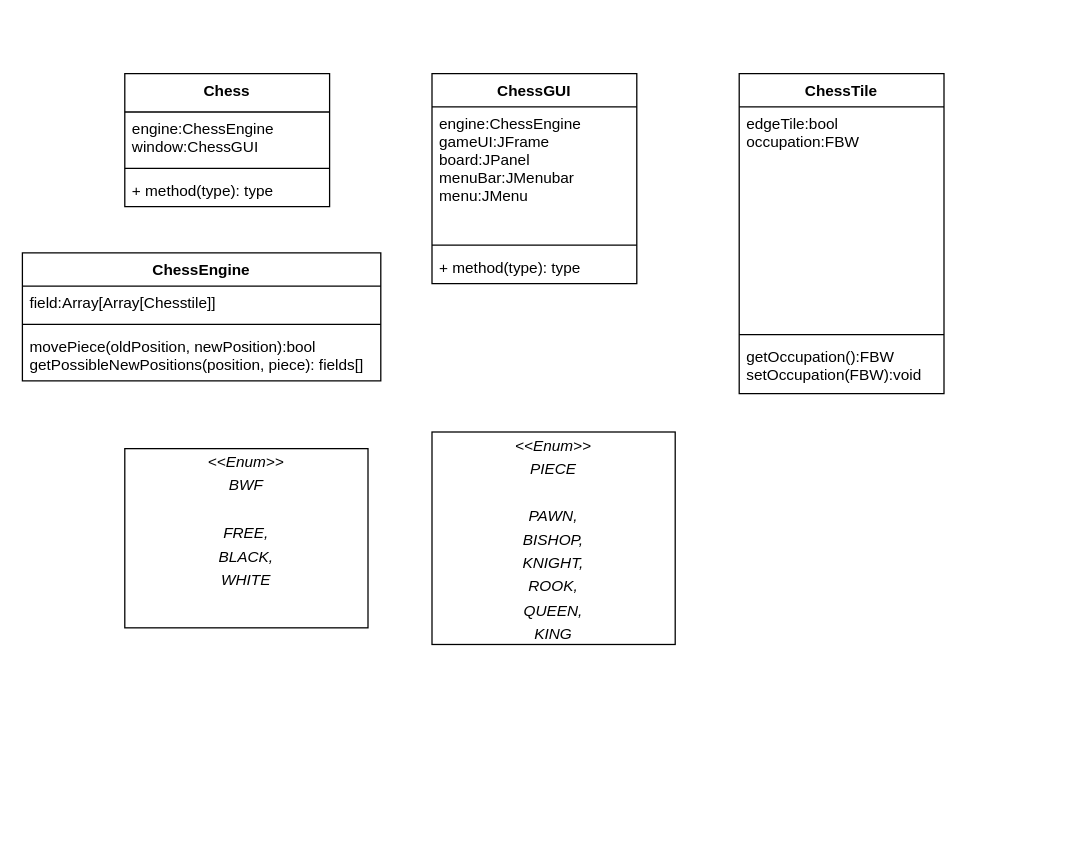
Before: Aufgaben/Chessadds/UML Chess.drawio in dertheodor/epic_chess, a draw.io diagram. Source tidied: cells renumbered, new cells numbered last; positions are measured from the earlier drawing's top-left corner, leaving out a move shared by most shapes. Both pictures are drawn from the tidied source at 128%, with x=0, y=0 at pixel (22, 73).
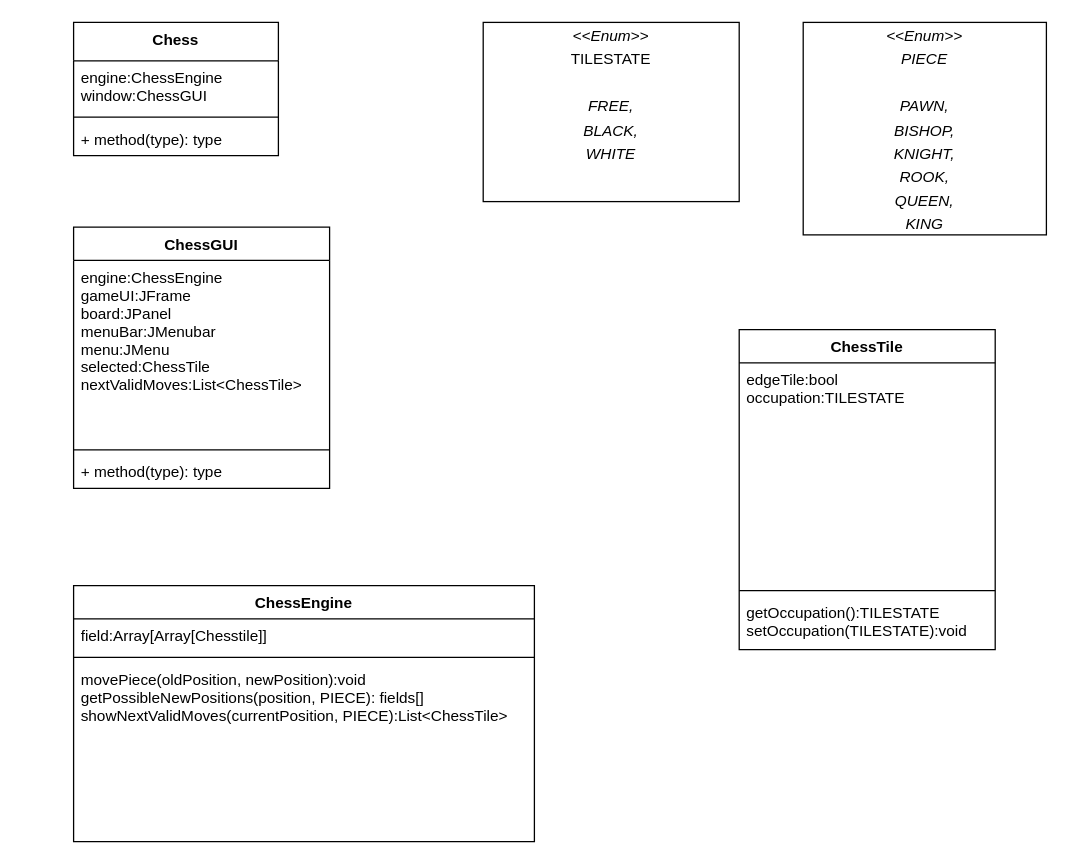
After the change.

Commit message:
[UML] - update diagram

The edit, as a diff of the source:
```diff
@@
 <mxGraphModel>
   <root>
     <mxCell id="0" />
     <mxCell id="1" parent="0" />
     <mxCell id="2" value="Chess" style="swimlane;fontStyle=1;align=center;verticalAlign=top;horizontal=1;startSize=30;" parent="1" vertex="1">
-      <mxGeometry x="80" width="160" height="104" as="geometry" />
+      <mxGeometry x="40" y="-40" width="160" height="104" as="geometry" />
     </mxCell>
     <mxCell id="3" value="engine:ChessEngine&#10;window:ChessGUI" style="text;strokeColor=none;fillColor=none;align=left;verticalAlign=top;spacingLeft=4;spacingRight=4;overflow=hidden;" parent="2" vertex="1">
       <mxGeometry y="30" width="160" height="40" as="geometry" />
     </mxCell>
     <mxCell id="4" style="line;strokeWidth=1;fillColor=none;align=left;verticalAlign=middle;spacingTop=-1;spacingLeft=3;spacingRight=3;labelPosition=right;" parent="2" vertex="1">
       <mxGeometry y="70" width="160" height="8" as="geometry" />
     </mxCell>
     <mxCell id="5" value="+ method(type): type" style="text;strokeColor=none;fillColor=none;align=left;verticalAlign=top;spacingLeft=4;spacingRight=4;overflow=hidden;" parent="2" vertex="1">
       <mxGeometry y="78" width="160" height="26" as="geometry" />
     </mxCell>
     <mxCell id="6" value="ChessEngine" style="swimlane;fontStyle=1;align=center;verticalAlign=top;horizontal=1;startSize=26;" parent="1" vertex="1">
-      <mxGeometry y="140" width="280" height="100" as="geometry" />
+      <mxGeometry x="40" y="400" width="360" height="200" as="geometry" />
     </mxCell>
     <mxCell id="7" value="field:Array[Array[Chesstile]]" style="text;strokeColor=none;fillColor=none;align=left;verticalAlign=top;spacingLeft=4;spacingRight=4;overflow=hidden;" parent="6" vertex="1">
-      <mxGeometry y="26" width="280" height="26" as="geometry" />
+      <mxGeometry y="26" width="360" height="26" as="geometry" />
     </mxCell>
     <mxCell id="8" style="line;strokeWidth=1;fillColor=none;align=left;verticalAlign=middle;spacingTop=-1;spacingLeft=3;spacingRight=3;labelPosition=right;" parent="6" vertex="1">
-      <mxGeometry y="52" width="280" height="8" as="geometry" />
+      <mxGeometry y="52" width="360" height="8" as="geometry" />
     </mxCell>
-    <mxCell id="9" value="movePiece(oldPosition, newPosition):bool&#10;getPossibleNewPositions(position, piece): fields[]" style="text;strokeColor=none;fillColor=none;align=left;verticalAlign=top;spacingLeft=4;spacingRight=4;overflow=hidden;" parent="6" vertex="1">
-      <mxGeometry y="60" width="280" height="40" as="geometry" />
+    <mxCell id="9" value="movePiece(oldPosition, newPosition):void&#10;getPossibleNewPositions(position, PIECE): fields[]&#10;showNextValidMoves(currentPosition, PIECE):List&lt;ChessTile&gt;&#10;" style="text;strokeColor=none;fillColor=none;align=left;verticalAlign=top;spacingLeft=4;spacingRight=4;overflow=hidden;" parent="6" vertex="1">
+      <mxGeometry y="60" width="360" height="140" as="geometry" />
     </mxCell>
     <mxCell id="10" value="ChessGUI" style="swimlane;fontStyle=1;align=center;verticalAlign=top;horizontal=1;startSize=26;" parent="1" vertex="1">
-      <mxGeometry x="320" width="160" height="164" as="geometry" />
+      <mxGeometry x="40" y="120" width="200" height="204" as="geometry" />
     </mxCell>
-    <mxCell id="11" value="engine:ChessEngine&#10;gameUI:JFrame&#10;board:JPanel&#10;menuBar:JMenubar&#10;menu:JMenu&#10;" style="text;strokeColor=none;fillColor=none;align=left;verticalAlign=top;spacingLeft=4;spacingRight=4;overflow=hidden;" parent="10" vertex="1">
-      <mxGeometry y="26" width="160" height="104" as="geometry" />
+    <mxCell id="11" value="engine:ChessEngine&#10;gameUI:JFrame&#10;board:JPanel&#10;menuBar:JMenubar&#10;menu:JMenu&#10;selected:ChessTile&#10;nextValidMoves:List&lt;ChessTile&gt;&#10;&#10;&#10;" style="text;strokeColor=none;fillColor=none;align=left;verticalAlign=top;spacingLeft=4;spacingRight=4;overflow=hidden;" parent="10" vertex="1">
+      <mxGeometry y="26" width="200" height="144" as="geometry" />
     </mxCell>
     <mxCell id="12" style="line;strokeWidth=1;fillColor=none;align=left;verticalAlign=middle;spacingTop=-1;spacingLeft=3;spacingRight=3;labelPosition=right;" parent="10" vertex="1">
-      <mxGeometry y="130" width="160" height="8" as="geometry" />
+      <mxGeometry y="170" width="200" height="8" as="geometry" />
     </mxCell>
     <mxCell id="13" value="+ method(type): type" style="text;strokeColor=none;fillColor=none;align=left;verticalAlign=top;spacingLeft=4;spacingRight=4;overflow=hidden;" parent="10" vertex="1">
-      <mxGeometry y="138" width="160" height="26" as="geometry" />
+      <mxGeometry y="178" width="200" height="26" as="geometry" />
     </mxCell>
     <mxCell id="14" value="ChessTile" style="swimlane;fontStyle=1;align=center;verticalAlign=top;horizontal=1;startSize=26;" parent="1" vertex="1">
-      <mxGeometry x="560" width="160" height="250" as="geometry" />
+      <mxGeometry x="560" y="200" width="200" height="250" as="geometry" />
     </mxCell>
-    <mxCell id="15" value="edgeTile:bool&#10;occupation:FBW" style="text;strokeColor=none;fillColor=none;align=left;verticalAlign=top;spacingLeft=4;spacingRight=4;overflow=hidden;" parent="14" vertex="1">
-      <mxGeometry y="26" width="160" height="174" as="geometry" />
+    <mxCell id="15" value="edgeTile:bool&#10;occupation:TILESTATE" style="text;strokeColor=none;fillColor=none;align=left;verticalAlign=top;spacingLeft=4;spacingRight=4;overflow=hidden;" parent="14" vertex="1">
+      <mxGeometry y="26" width="200" height="174" as="geometry" />
     </mxCell>
     <mxCell id="16" style="line;strokeWidth=1;fillColor=none;align=left;verticalAlign=middle;spacingTop=-1;spacingLeft=3;spacingRight=3;labelPosition=right;" parent="14" vertex="1">
-      <mxGeometry y="200" width="160" height="8" as="geometry" />
+      <mxGeometry y="200" width="200" height="8" as="geometry" />
     </mxCell>
-    <mxCell id="17" value="getOccupation():FBW&#10;setOccupation(FBW):void" style="text;strokeColor=none;fillColor=none;align=left;verticalAlign=top;spacingLeft=4;spacingRight=4;overflow=hidden;" parent="14" vertex="1">
-      <mxGeometry y="208" width="160" height="42" as="geometry" />
+    <mxCell id="17" value="getOccupation():TILESTATE&#10;setOccupation(TILESTATE):void" style="text;strokeColor=none;fillColor=none;align=left;verticalAlign=top;spacingLeft=4;spacingRight=4;overflow=hidden;" parent="14" vertex="1">
+      <mxGeometry y="208" width="200" height="42" as="geometry" />
     </mxCell>
-    <mxCell id="18" value="&lt;p style=&quot;margin: 0px ; margin-top: 4px ; text-align: center&quot;&gt;&lt;i&gt;&amp;lt;&amp;lt;Enum&amp;gt;&amp;gt;&lt;/i&gt;&lt;/p&gt;&lt;p style=&quot;margin: 0px ; margin-top: 4px ; text-align: center&quot;&gt;&lt;i&gt;BWF&lt;/i&gt;&lt;/p&gt;&lt;p style=&quot;margin: 0px ; margin-top: 4px ; text-align: center&quot;&gt;&lt;i&gt;&lt;br&gt;&lt;/i&gt;&lt;/p&gt;&lt;p style=&quot;margin: 0px ; margin-top: 4px ; text-align: center&quot;&gt;&lt;i&gt;FREE,&lt;/i&gt;&lt;/p&gt;&lt;p style=&quot;margin: 0px ; margin-top: 4px ; text-align: center&quot;&gt;&lt;i&gt;BLACK,&lt;/i&gt;&lt;/p&gt;&lt;p style=&quot;margin: 0px ; margin-top: 4px ; text-align: center&quot;&gt;&lt;i&gt;WHITE&lt;/i&gt;&lt;/p&gt;" style="verticalAlign=top;align=left;overflow=fill;fontSize=12;fontFamily=Helvetica;html=1;" parent="1" vertex="1">
-      <mxGeometry x="80" y="293" width="190" height="140" as="geometry" />
+    <mxCell id="18" value="&lt;p style=&quot;margin: 0px ; margin-top: 4px ; text-align: center&quot;&gt;&lt;i&gt;&amp;lt;&amp;lt;Enum&amp;gt;&amp;gt;&lt;/i&gt;&lt;/p&gt;&lt;p style=&quot;margin: 0px ; margin-top: 4px ; text-align: center&quot;&gt;TILESTATE&lt;br&gt;&lt;/p&gt;&lt;p style=&quot;margin: 0px ; margin-top: 4px ; text-align: center&quot;&gt;&lt;i&gt;&lt;br&gt;&lt;/i&gt;&lt;/p&gt;&lt;p style=&quot;margin: 0px ; margin-top: 4px ; text-align: center&quot;&gt;&lt;i&gt;FREE,&lt;/i&gt;&lt;/p&gt;&lt;p style=&quot;margin: 0px ; margin-top: 4px ; text-align: center&quot;&gt;&lt;i&gt;BLACK,&lt;/i&gt;&lt;/p&gt;&lt;p style=&quot;margin: 0px ; margin-top: 4px ; text-align: center&quot;&gt;&lt;i&gt;WHITE&lt;/i&gt;&lt;/p&gt;" style="verticalAlign=top;align=left;overflow=fill;fontSize=12;fontFamily=Helvetica;html=1;" parent="1" vertex="1">
+      <mxGeometry x="360" y="-40" width="200" height="140" as="geometry" />
     </mxCell>
     <mxCell id="19" value="&lt;p style=&quot;margin: 0px ; margin-top: 4px ; text-align: center&quot;&gt;&lt;i&gt;&amp;lt;&amp;lt;Enum&amp;gt;&amp;gt;&lt;/i&gt;&lt;/p&gt;&lt;p style=&quot;margin: 0px ; margin-top: 4px ; text-align: center&quot;&gt;&lt;i&gt;PIECE&lt;/i&gt;&lt;/p&gt;&lt;p style=&quot;margin: 0px ; margin-top: 4px ; text-align: center&quot;&gt;&lt;i&gt;&lt;br&gt;&lt;/i&gt;&lt;/p&gt;&lt;p style=&quot;margin: 0px ; margin-top: 4px ; text-align: center&quot;&gt;&lt;i&gt;PAWN,&lt;/i&gt;&lt;/p&gt;&lt;p style=&quot;margin: 0px ; margin-top: 4px ; text-align: center&quot;&gt;&lt;i&gt;BISHOP,&lt;/i&gt;&lt;/p&gt;&lt;p style=&quot;margin: 0px ; margin-top: 4px ; text-align: center&quot;&gt;&lt;i&gt;KNIGHT,&lt;/i&gt;&lt;/p&gt;&lt;p style=&quot;margin: 0px ; margin-top: 4px ; text-align: center&quot;&gt;&lt;i&gt;ROOK,&lt;/i&gt;&lt;/p&gt;&lt;p style=&quot;margin: 0px ; margin-top: 4px ; text-align: center&quot;&gt;&lt;i&gt;QUEEN,&lt;/i&gt;&lt;/p&gt;&lt;p style=&quot;margin: 0px ; margin-top: 4px ; text-align: center&quot;&gt;&lt;i&gt;KING&lt;/i&gt;&lt;/p&gt;" style="verticalAlign=top;align=left;overflow=fill;fontSize=12;fontFamily=Helvetica;html=1;" parent="1" vertex="1">
-      <mxGeometry x="320" y="280" width="190" height="166" as="geometry" />
+      <mxGeometry x="610" y="-40" width="190" height="166" as="geometry" />
     </mxCell>
   </root>
 </mxGraphModel>
```
